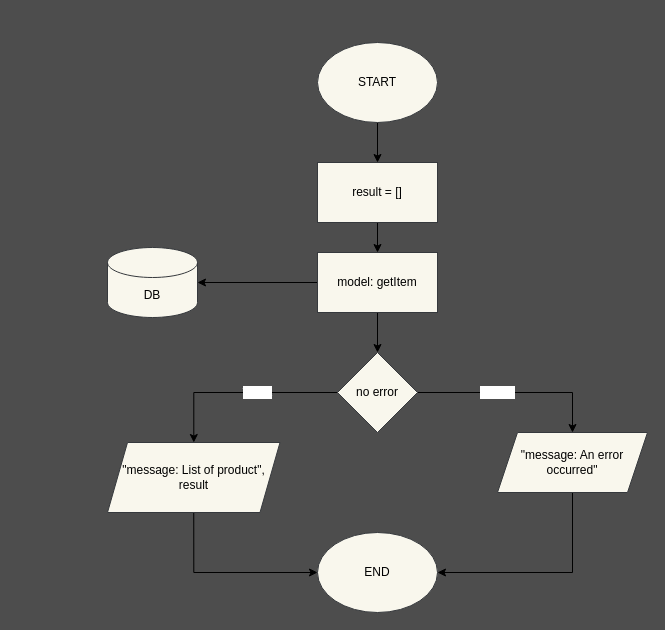
Before: page "getitem" (1 of 8) of src/flowchart/flowchart.drawio in CUPAXX/b22-backend-beginner, a draw.io diagram. Source tidied: cells renumbered, new cells numbered last; positions are measured from the earlier drawing's top-left corner, leaving out a move shared by most shapes. Both pictures are drawn from the tidied source at 100%, with x=0, y=0 at pixel (107, 42).
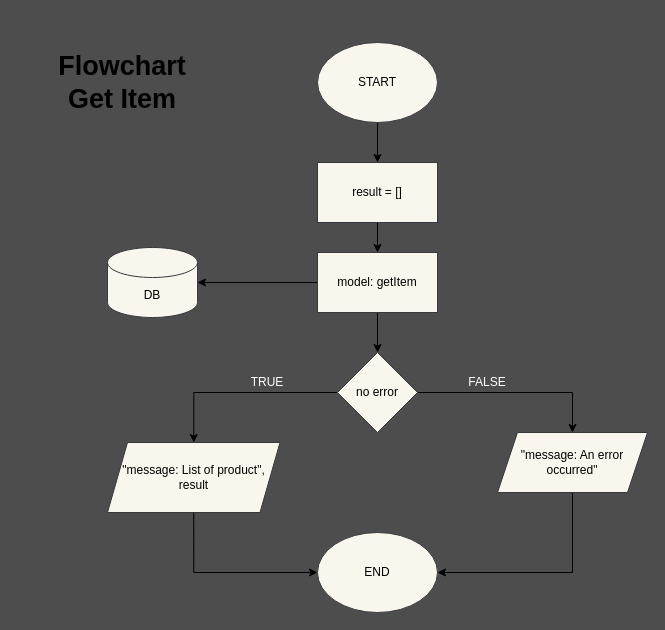
The same diagram, later.

The change refers to these unchanged cells:
```xml
<mxCell id="13" value="no error" style="rhombus;whiteSpace=wrap;html=1;fillColor=#f9f7ed;strokeColor=#36393d;fontColor=#000000;" parent="1" vertex="1">
  <mxGeometry x="230" y="310" width="80" height="80" as="geometry" />
</mxCell>
<mxCell id="15" value="&quot;message: An error&lt;br&gt;occurred&quot;" style="shape=parallelogram;perimeter=parallelogramPerimeter;whiteSpace=wrap;html=1;fixedSize=1;fillColor=#f9f7ed;strokeColor=#36393d;fontColor=#000000;" parent="1" vertex="1">
  <mxGeometry x="390" y="390" width="150" height="60" as="geometry" />
</mxCell>
<mxCell id="17" value="&quot;message: List of product&quot;,&lt;br&gt;result" style="shape=parallelogram;perimeter=parallelogramPerimeter;whiteSpace=wrap;html=1;fixedSize=1;fillColor=#f9f7ed;strokeColor=#36393d;fontColor=#000000;" parent="1" vertex="1">
  <mxGeometry y="400" width="172.5" height="70" as="geometry" />
</mxCell>
```

Diff of the diagram source:
```diff
@@
-    <mxCell id="11" value="&lt;font color=&quot;#ffffff&quot;&gt;FALSE&lt;/font&gt;" style="edgeStyle=orthogonalEdgeStyle;rounded=0;jettySize=auto;html=1;exitX=1;exitY=0.5;exitDx=0;exitDy=0;entryX=0.5;entryY=0;entryDx=0;entryDy=0;fontColor=#000000;" parent="1" edge="1" source="13" target="15">
+    <mxCell id="11" style="edgeStyle=orthogonalEdgeStyle;rounded=0;jettySize=auto;html=1;exitX=1;exitY=0.5;exitDx=0;exitDy=0;entryX=0.5;entryY=0;entryDx=0;entryDy=0;fontColor=#000000;" parent="1" edge="1" source="13" target="15">
       <mxGeometry x="-0.18" relative="1" as="geometry" />
     </mxCell>
-    <mxCell id="12" value="&lt;font color=&quot;#ffffff&quot;&gt;TRUE&lt;/font&gt;" style="edgeStyle=orthogonalEdgeStyle;rounded=0;jettySize=auto;html=1;fontColor=#000000;" parent="1" edge="1" source="13" target="17">
+    <mxCell id="12" style="edgeStyle=orthogonalEdgeStyle;rounded=0;jettySize=auto;html=1;fontColor=#000000;" parent="1" edge="1" source="13" target="17">
       <mxGeometry x="-0.17" relative="1" as="geometry" />
     </mxCell>
@@
+    <mxCell id="18" value="&lt;font color=&quot;#ffffff&quot;&gt;FALSE&lt;/font&gt;" style="text;html=1;strokeColor=none;fillColor=none;align=center;verticalAlign=middle;whiteSpace=wrap;rounded=0;fontColor=#000000;" parent="1" vertex="1">
+      <mxGeometry x="360" y="330" width="40" height="20" as="geometry" />
+    </mxCell>
+    <mxCell id="19" value="&lt;font color=&quot;#ffffff&quot;&gt;TRUE&lt;/font&gt;" style="text;html=1;strokeColor=none;fillColor=none;align=center;verticalAlign=middle;whiteSpace=wrap;rounded=0;fontColor=#000000;" parent="1" vertex="1">
+      <mxGeometry x="140" y="330" width="40" height="20" as="geometry" />
+    </mxCell>
+    <mxCell id="20" value="&lt;font style=&quot;font-size: 27px&quot;&gt;&lt;b&gt;Flowchart&lt;br&gt;Get Item&lt;/b&gt;&lt;/font&gt;" style="text;html=1;strokeColor=none;fillColor=none;align=center;verticalAlign=middle;whiteSpace=wrap;rounded=0;" parent="1" vertex="1">
+      <mxGeometry x="-90" y="-25" width="210" height="130" as="geometry" />
+    </mxCell>
```
